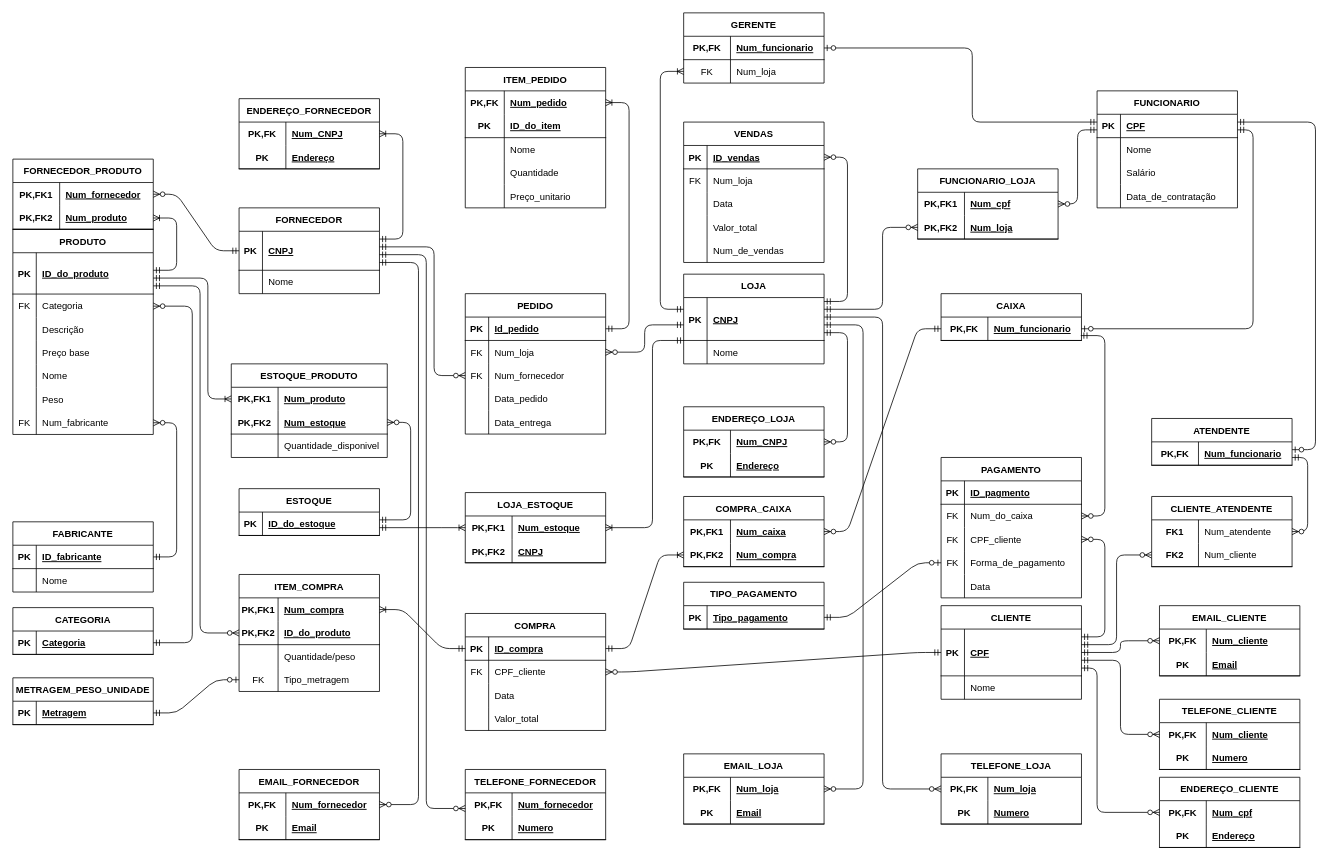
The draw.io diagram DIagrama_re.drawio in MarcosWillianAP1K/Trabai-de-BD, before the edit. Source tidied: cells renumbered, new cells numbered last; positions are measured from the earlier drawing's top-left corner, leaving out a move shared by most shapes. Both pictures are drawn from the tidied source at 78%, with x=0, y=0 at pixel (12, 12).
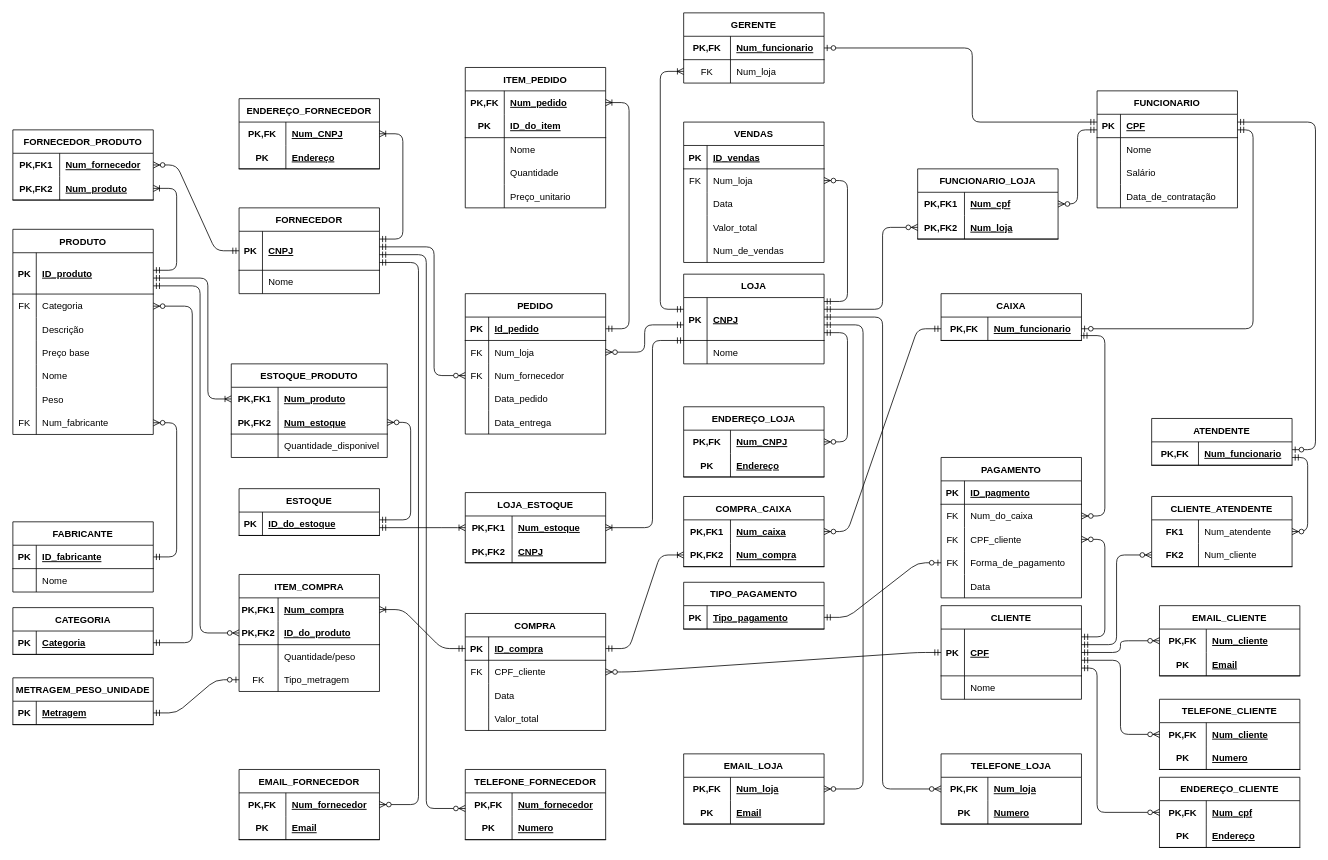
Above is the later version.

Unchanged cells that the change refers to:
```xml
<mxCell id="3" style="shape=tableRow;horizontal=0;startSize=0;swimlaneHead=0;swimlaneBody=0;fillColor=none;points=[[0,0.5],[1,0.5]];portConstraint=eastwest;top=0;left=0;right=0;bottom=1;" parent="2" vertex="1">
  <mxGeometry y="30" width="180" height="55" as="geometry" />
</mxCell>
<mxCell id="63" style="shape=tableRow;horizontal=0;startSize=0;swimlaneHead=0;swimlaneBody=0;fillColor=none;points=[[0,0.5],[1,0.5]];portConstraint=eastwest;top=0;left=0;right=0;bottom=1;" parent="62" vertex="1">
  <mxGeometry y="30" width="180" height="53" as="geometry" />
</mxCell>
<mxCell id="92" style="shape=tableRow;horizontal=0;startSize=0;swimlaneHead=0;swimlaneBody=0;fillColor=none;points=[[0,0.5],[1,0.5]];portConstraint=eastwest;top=0;left=0;right=0;bottom=1;" parent="88" vertex="1">
  <mxGeometry y="60" width="180" height="30" as="geometry" />
</mxCell>
<mxCell id="194" style="shape=tableRow;horizontal=0;startSize=0;swimlaneHead=0;swimlaneBody=0;fillColor=none;points=[[0,0.5],[1,0.5]];portConstraint=eastwest;top=0;left=0;right=0;bottom=1;" parent="193" vertex="1">
  <mxGeometry y="30" width="180" height="30" as="geometry" />
</mxCell>
<mxCell id="197" style="shape=tableRow;horizontal=0;startSize=0;swimlaneHead=0;swimlaneBody=0;fillColor=none;points=[[0,0.5],[1,0.5]];portConstraint=eastwest;top=0;left=0;right=0;bottom=0;" parent="193" vertex="1">
  <mxGeometry y="60" width="180" height="30" as="geometry" />
</mxCell>
```

The edit, as a diff of the source:
```diff
@@
-    <mxCell id="65" value="ID_do_produto" style="shape=partialRectangle;fillColor=none;top=0;left=0;bottom=0;right=0;align=left;spacingLeft=6;fontStyle=5;overflow=hidden;" parent="63" vertex="1">
+    <mxCell id="65" value="ID_produto" style="shape=partialRectangle;fillColor=none;top=0;left=0;bottom=0;right=0;align=left;spacingLeft=6;fontStyle=5;overflow=hidden;" parent="63" vertex="1">
       <mxGeometry x="30" width="150" height="53" as="geometry" />
     </mxCell>
@@
     <mxCell id="88" value="FORNECEDOR_PRODUTO" style="shape=table;startSize=30;childLayout=tableLayout;rowLines=0;fontStyle=1;align=center;" parent="1" vertex="1">
-      <mxGeometry y="187.5" width="180" height="90" as="geometry" />
+      <mxGeometry y="150" width="180" height="90" as="geometry" />
     </mxCell>
@@
     <mxCell id="213" style="edgeStyle=orthogonalEdgeStyle;fontSize=12;html=1;endArrow=ERoneToMany;startArrow=ERmandOne;" parent="1" edge="1" source="63" target="92">
       <mxGeometry relative="1" as="geometry">
         <Array as="points">
           <mxPoint x="210" y="330" />
-          <mxPoint x="210" y="263" />
+          <mxPoint x="210" y="225" />
         </Array>
       </mxGeometry>
     </mxCell>
@@
-    <mxCell id="247" style="edgeStyle=orthogonalEdgeStyle;fontSize=12;html=1;endArrow=ERzeroToMany;startArrow=ERmandOne;" parent="1" edge="1" source="3" target="194">
+    <mxCell id="247" style="edgeStyle=orthogonalEdgeStyle;fontSize=12;html=1;endArrow=ERzeroToMany;startArrow=ERmandOne;" parent="1" edge="1" source="3" target="197">
       <mxGeometry relative="1" as="geometry">
         <Array as="points">
           <mxPoint x="1070" y="370" />
-          <mxPoint x="1070" y="185" />
+          <mxPoint x="1070" y="215" />
         </Array>
       </mxGeometry>
     </mxCell>
```
